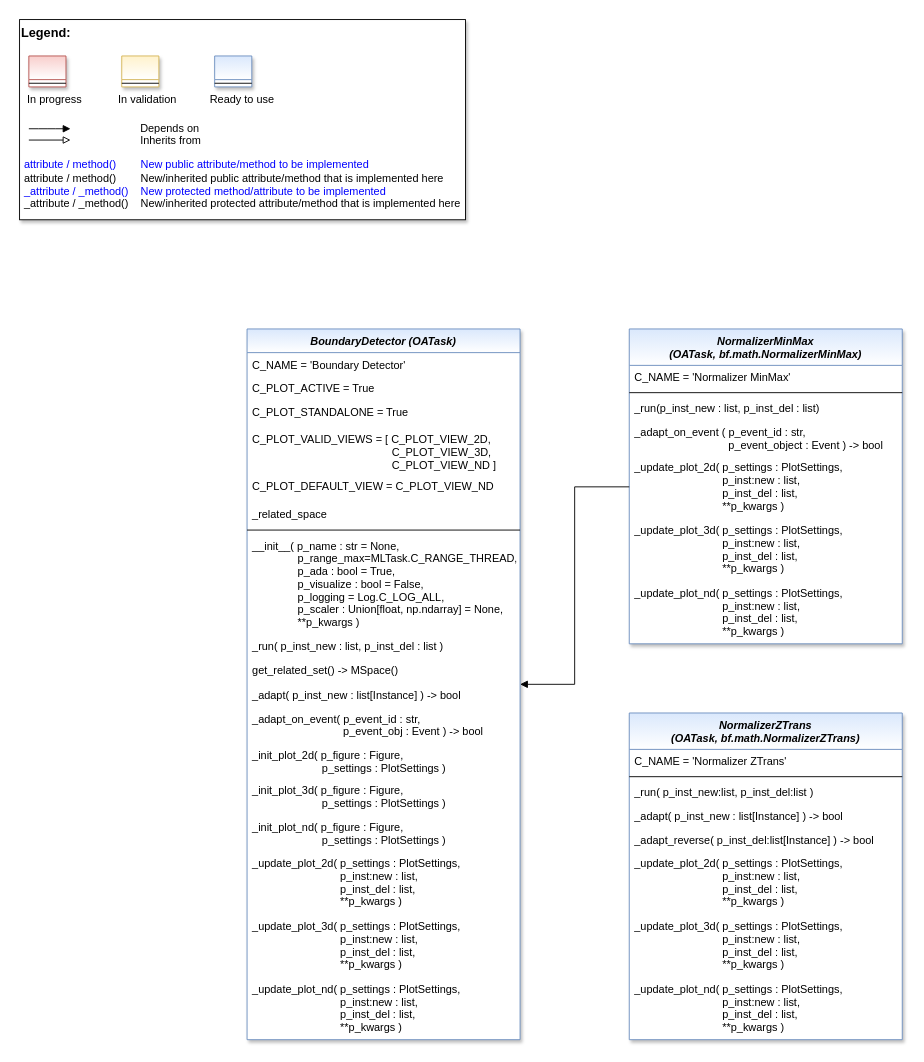
The draw.io diagram doc/rtd/content/04_appendices/appendix2/sub/core/mlpro_oa/streams/tasks/images/MLPro-OA-Preprocessing-Tasks_class_diagram.drawio in fhswf/MLPro, before the edit. Source tidied: cells renumbered, new cells numbered last; positions are measured from the earlier drawing's top-left corner, leaving out a move shared by most shapes. Both pictures are drawn from the tidied source at 91%, with x=0, y=0 at pixel (19, 19).
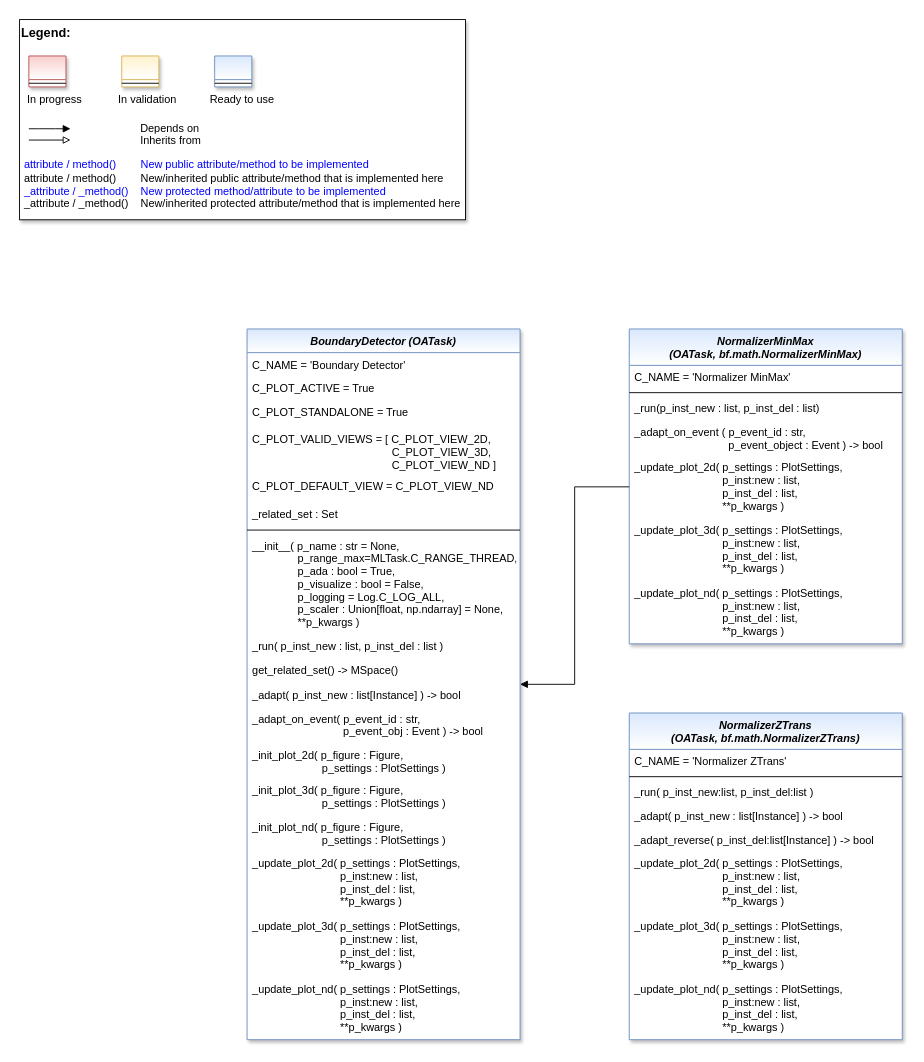
The same diagram, later.

The change refers to these unchanged cells:
```xml
<mxCell id="12" value="BoundaryDetector (OATask)" style="swimlane;fontStyle=3;align=center;verticalAlign=top;horizontal=1;startSize=26;rounded=0;shadow=1;strokeWidth=1;fillColor=#dae8fc;strokeColor=#6c8ebf;swimlaneFillColor=#ffffff;gradientColor=#FFFFFF;fontColor=default;" parent="1" vertex="1">
  <mxGeometry x="250" y="340" width="300" height="781" as="geometry" />
</mxCell>
```

Change to the diagram source:
```diff
@@
-    <mxCell id="18" value="_related_space" style="text;align=left;verticalAlign=top;spacingLeft=4;spacingRight=4;overflow=hidden;fontColor=default;" parent="12" vertex="1">
+    <mxCell id="18" value="_related_set : Set" style="text;align=left;verticalAlign=top;spacingLeft=4;spacingRight=4;overflow=hidden;fontColor=default;" parent="12" vertex="1">
       <mxGeometry y="190" width="300" height="27" as="geometry" />
     </mxCell>
```
